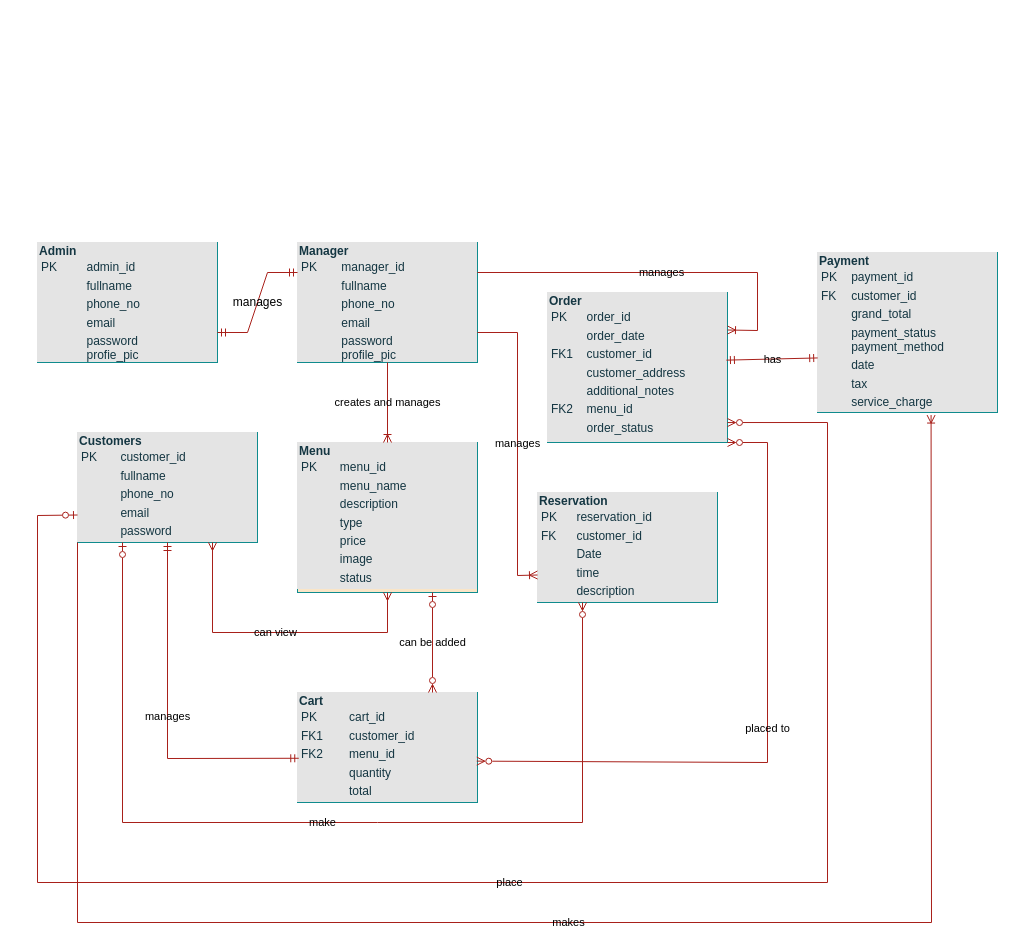
birbdrtamang/Zachum-By-Skydancer keeps this draw.io diagram as ZachumERD.drawio. Above is the earlier version. Source tidied: cells renumbered, new cells numbered last; positions are measured from the earlier drawing's top-left corner, leaving out a move shared by most shapes. Both pictures are drawn from the tidied source at 100%, with x=0, y=0 at pixel (17, 242).
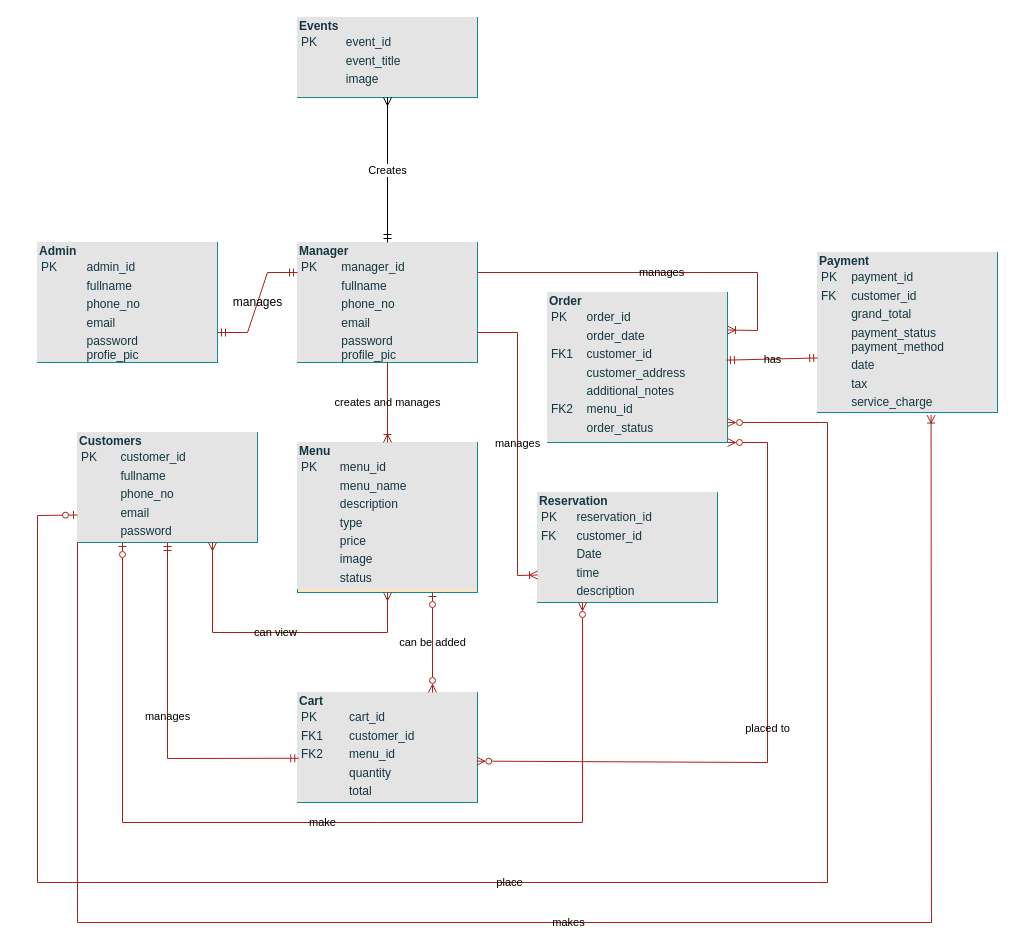
Above is the later version.

The change refers to these unchanged cells:
```xml
<mxCell id="9" value="&lt;div style=&quot;box-sizing:border-box;width:100%;background:#e4e4e4;padding:2px;&quot;&gt;&lt;b&gt;Manager&lt;/b&gt;&lt;table style=&quot;background-color: initial; font-size: 1em; width: 100%;&quot; cellpadding=&quot;2&quot; cellspacing=&quot;0&quot;&gt;&lt;tbody&gt;&lt;tr&gt;&lt;td&gt;PK&lt;/td&gt;&lt;td&gt;manager_id&lt;/td&gt;&lt;/tr&gt;&lt;tr&gt;&lt;td&gt;&lt;br&gt;&lt;/td&gt;&lt;td&gt;fullname&lt;/td&gt;&lt;/tr&gt;&lt;tr&gt;&lt;td&gt;&lt;br&gt;&lt;/td&gt;&lt;td&gt;phone_no&lt;/td&gt;&lt;/tr&gt;&lt;tr&gt;&lt;td&gt;&lt;br&gt;&lt;/td&gt;&lt;td&gt;email&lt;/td&gt;&lt;/tr&gt;&lt;tr&gt;&lt;td&gt;&lt;br&gt;&lt;/td&gt;&lt;td&gt;password&lt;br&gt;profile_pic&lt;/td&gt;&lt;/tr&gt;&lt;/tbody&gt;&lt;/table&gt;&lt;/div&gt;" style="verticalAlign=top;align=left;overflow=fill;html=1;whiteSpace=wrap;labelBackgroundColor=none;fillColor=#FAE5C7;strokeColor=#0F8B8D;fontColor=#143642;" parent="2" vertex="1">
  <mxGeometry x="280" width="180" height="120" as="geometry" />
</mxCell>
```

The edit, as a diff of the source:
```diff
@@
+    <mxCell id="23" value="&lt;div style=&quot;box-sizing:border-box;width:100%;background:#e4e4e4;padding:2px;&quot;&gt;&lt;b&gt;Events&lt;/b&gt;&lt;table style=&quot;background-color: initial; font-size: 1em; width: 100%;&quot; cellpadding=&quot;2&quot; cellspacing=&quot;0&quot;&gt;&lt;tbody&gt;&lt;tr&gt;&lt;td&gt;PK&lt;/td&gt;&lt;td&gt;event_id&lt;/td&gt;&lt;/tr&gt;&lt;tr&gt;&lt;td&gt;&lt;br&gt;&lt;/td&gt;&lt;td&gt;event_title&lt;/td&gt;&lt;/tr&gt;&lt;tr&gt;&lt;td&gt;&lt;br&gt;&lt;/td&gt;&lt;td&gt;image&lt;/td&gt;&lt;/tr&gt;&lt;tr&gt;&lt;td&gt;&lt;br&gt;&lt;/td&gt;&lt;td&gt;&lt;br&gt;&lt;/td&gt;&lt;/tr&gt;&lt;tr&gt;&lt;td&gt;&lt;br&gt;&lt;/td&gt;&lt;td&gt;&lt;br&gt;&lt;/td&gt;&lt;/tr&gt;&lt;/tbody&gt;&lt;/table&gt;&lt;/div&gt;" style="verticalAlign=top;align=left;overflow=fill;html=1;whiteSpace=wrap;labelBackgroundColor=none;fillColor=#FAE5C7;strokeColor=#0F8B8D;fontColor=#143642;" parent="1" vertex="1">
+      <mxGeometry x="280" y="-225" width="180" height="80" as="geometry" />
+    </mxCell>
+    <mxCell id="24" value="Creates" style="endArrow=ERmandOne;html=1;rounded=0;exitX=0.5;exitY=1;exitDx=0;exitDy=0;entryX=0.5;entryY=0;entryDx=0;entryDy=0;startArrow=ERmany;startFill=0;endFill=0;" parent="1" edge="1" source="23" target="9">
+      <mxGeometry relative="1" as="geometry" />
+    </mxCell>
```
